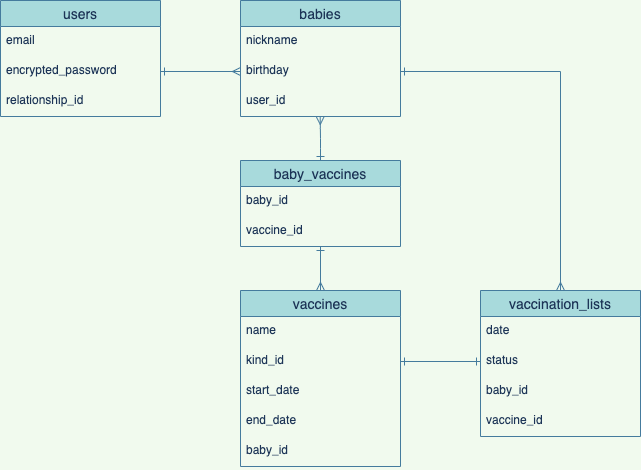
Above: baby_app_erd.png in katao-eng/baby-app (draw.io), before the change. Source tidied: cells renumbered, new cells last; positions are measured from the earlier drawing's top-left corner, leaving out a move shared by most shapes.
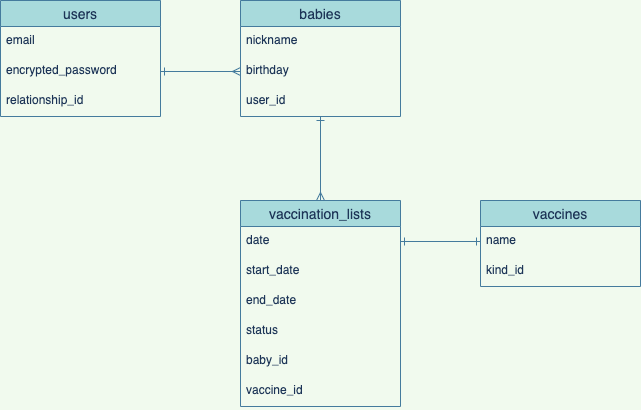
After the change.

The edit, as a diff of the source:
```diff
@@ -27,25 +27,28 @@
       <mxGeometry y="86" width="160" height="30" as="geometry" />
     </mxCell>
     <mxCell id="10" value="vaccination_lists" style="swimlane;fontStyle=0;horizontal=1;startSize=26;align=center;fontSize=14;fillColor=#A8DADC;strokeColor=#457B9D;fontColor=#1D3557;" parent="1" vertex="1">
-      <mxGeometry x="480" y="290" width="160" height="146" as="geometry" />
+      <mxGeometry x="240" y="200" width="160" height="206" as="geometry" />
     </mxCell>
     <mxCell id="11" value="date" style="text;strokeColor=none;fillColor=none;spacingLeft=4;spacingRight=4;overflow=hidden;points=[[0,0.5],[1,0.5]];portConstraint=eastwest;fontSize=12;fontColor=#1D3557;" parent="10" vertex="1">
       <mxGeometry y="26" width="160" height="30" as="geometry" />
     </mxCell>
+    <mxCell id="19" value="start_date" style="text;strokeColor=none;fillColor=none;spacingLeft=4;spacingRight=4;overflow=hidden;fontSize=12;fontColor=#1D3557;" parent="10" vertex="1">
+      <mxGeometry y="56" width="160" height="30" as="geometry" />
+    </mxCell>
+    <mxCell id="20" value="end_date" style="text;strokeColor=none;fillColor=none;spacingLeft=4;spacingRight=4;overflow=hidden;fontSize=12;fontColor=#1D3557;" parent="10" vertex="1">
+      <mxGeometry y="86" width="160" height="30" as="geometry" />
+    </mxCell>
     <mxCell id="12" value="status" style="text;strokeColor=none;fillColor=none;spacingLeft=4;spacingRight=4;overflow=hidden;points=[[0,0.5],[1,0.5]];portConstraint=eastwest;fontSize=12;fontColor=#1D3557;" parent="10" vertex="1">
-      <mxGeometry y="56" width="160" height="30" as="geometry" />
+      <mxGeometry y="116" width="160" height="30" as="geometry" />
     </mxCell>
     <mxCell id="13" value="baby_id" style="text;strokeColor=none;fillColor=none;spacingLeft=4;spacingRight=4;overflow=hidden;fontSize=12;fontColor=#1D3557;" parent="10" vertex="1">
-      <mxGeometry y="86" width="160" height="30" as="geometry" />
+      <mxGeometry y="146" width="160" height="30" as="geometry" />
     </mxCell>
     <mxCell id="14" value="vaccine_id" style="text;strokeColor=none;fillColor=none;spacingLeft=4;spacingRight=4;overflow=hidden;fontSize=12;fontColor=#1D3557;" parent="10" vertex="1">
-      <mxGeometry y="116" width="160" height="30" as="geometry" />
+      <mxGeometry y="176" width="160" height="30" as="geometry" />
     </mxCell>
-    <mxCell id="15" style="edgeStyle=orthogonalEdgeStyle;curved=0;rounded=1;sketch=0;jettySize=auto;html=1;fontColor=#1D3557;strokeColor=#457B9D;fillColor=#A8DADC;startArrow=ERmany;startFill=0;endArrow=ERone;endFill=0;" parent="1" edge="1" source="16" target="26">
-      <mxGeometry relative="1" as="geometry" />
-    </mxCell>
     <mxCell id="16" value="vaccines" style="swimlane;fontStyle=0;horizontal=1;startSize=26;align=center;fontSize=14;fillColor=#A8DADC;strokeColor=#457B9D;fontColor=#1D3557;" parent="1" vertex="1">
-      <mxGeometry x="240" y="290" width="160" height="176" as="geometry" />
+      <mxGeometry x="480" y="200" width="160" height="86" as="geometry" />
     </mxCell>
     <mxCell id="17" value="name" style="text;strokeColor=none;fillColor=none;spacingLeft=4;spacingRight=4;overflow=hidden;points=[[0,0.5],[1,0.5]];portConstraint=eastwest;fontSize=12;fontColor=#1D3557;" parent="16" vertex="1">
       <mxGeometry y="26" width="160" height="30" as="geometry" />
@@ -53,35 +56,14 @@
     <mxCell id="18" value="kind_id" style="text;strokeColor=none;fillColor=none;spacingLeft=4;spacingRight=4;overflow=hidden;points=[[0,0.5],[1,0.5]];portConstraint=eastwest;fontSize=12;fontColor=#1D3557;" parent="16" vertex="1">
       <mxGeometry y="56" width="160" height="30" as="geometry" />
     </mxCell>
-    <mxCell id="19" value="start_date" style="text;strokeColor=none;fillColor=none;spacingLeft=4;spacingRight=4;overflow=hidden;fontSize=12;fontColor=#1D3557;" parent="16" vertex="1">
-      <mxGeometry y="86" width="160" height="30" as="geometry" />
-    </mxCell>
-    <mxCell id="20" value="end_date" style="text;strokeColor=none;fillColor=none;spacingLeft=4;spacingRight=4;overflow=hidden;fontSize=12;fontColor=#1D3557;" parent="16" vertex="1">
-      <mxGeometry y="116" width="160" height="30" as="geometry" />
-    </mxCell>
-    <mxCell id="21" value="baby_id" style="text;strokeColor=none;fillColor=none;spacingLeft=4;spacingRight=4;overflow=hidden;fontSize=12;fontColor=#1D3557;" parent="16" vertex="1">
-      <mxGeometry y="146" width="160" height="30" as="geometry" />
-    </mxCell>
     <mxCell id="22" style="edgeStyle=orthogonalEdgeStyle;rounded=0;jettySize=auto;html=1;exitX=1;exitY=0.5;exitDx=0;exitDy=0;entryX=0;entryY=0.5;entryDx=0;entryDy=0;startArrow=ERone;startFill=0;endArrow=ERmany;endFill=0;labelBackgroundColor=#F1FAEE;strokeColor=#457B9D;fontColor=#1D3557;" parent="1" edge="1" source="4" target="8">
       <mxGeometry relative="1" as="geometry" />
     </mxCell>
-    <mxCell id="23" style="edgeStyle=orthogonalEdgeStyle;rounded=0;jettySize=auto;html=1;exitX=1;exitY=0.5;exitDx=0;exitDy=0;entryX=0.5;entryY=0;entryDx=0;entryDy=0;startArrow=ERone;startFill=0;endArrow=ERmany;endFill=0;labelBackgroundColor=#F1FAEE;strokeColor=#457B9D;fontColor=#1D3557;" parent="1" edge="1" source="8" target="10">
+    <mxCell id="23" style="edgeStyle=orthogonalEdgeStyle;rounded=0;jettySize=auto;html=1;entryX=0.5;entryY=0;entryDx=0;entryDy=0;startArrow=ERone;startFill=0;endArrow=ERmany;endFill=0;labelBackgroundColor=#F1FAEE;strokeColor=#457B9D;fontColor=#1D3557;exitX=0.5;exitY=1;exitDx=0;exitDy=0;" parent="1" edge="1" source="6" target="10">
       <mxGeometry relative="1" as="geometry" />
     </mxCell>
-    <mxCell id="24" style="edgeStyle=orthogonalEdgeStyle;rounded=0;jettySize=auto;html=1;exitX=1;exitY=0.5;exitDx=0;exitDy=0;startArrow=ERone;startFill=0;endArrow=ERone;endFill=0;entryX=0;entryY=0.5;entryDx=0;entryDy=0;labelBackgroundColor=#F1FAEE;strokeColor=#457B9D;fontColor=#1D3557;" parent="1" edge="1" source="18" target="12">
+    <mxCell id="24" style="edgeStyle=orthogonalEdgeStyle;rounded=0;jettySize=auto;html=1;exitX=0;exitY=0.5;exitDx=0;exitDy=0;startArrow=ERone;startFill=0;endArrow=ERone;endFill=0;labelBackgroundColor=#F1FAEE;strokeColor=#457B9D;fontColor=#1D3557;" parent="1" edge="1" source="17" target="11">
       <mxGeometry relative="1" as="geometry" />
     </mxCell>
-    <mxCell id="25" style="edgeStyle=orthogonalEdgeStyle;curved=0;rounded=1;sketch=0;jettySize=auto;html=1;exitX=0.5;exitY=0;exitDx=0;exitDy=0;entryX=0.498;entryY=1;entryDx=0;entryDy=0;entryPerimeter=0;fontColor=#1D3557;startArrow=ERone;startFill=0;endArrow=ERmany;endFill=0;strokeColor=#457B9D;fillColor=#A8DADC;" parent="1" edge="1" source="26" target="9">
-      <mxGeometry relative="1" as="geometry" />
-    </mxCell>
-    <mxCell id="26" value="baby_vaccines" style="swimlane;fontStyle=0;horizontal=1;startSize=26;align=center;fontSize=14;fillColor=#A8DADC;strokeColor=#457B9D;fontColor=#1D3557;" parent="1" vertex="1">
-      <mxGeometry x="240" y="160" width="160" height="86" as="geometry" />
-    </mxCell>
-    <mxCell id="27" value="baby_id" style="text;strokeColor=none;fillColor=none;spacingLeft=4;spacingRight=4;overflow=hidden;fontSize=12;fontColor=#1D3557;" parent="26" vertex="1">
-      <mxGeometry y="26" width="160" height="30" as="geometry" />
-    </mxCell>
-    <mxCell id="28" value="vaccine_id" style="text;strokeColor=none;fillColor=none;spacingLeft=4;spacingRight=4;overflow=hidden;fontSize=12;fontColor=#1D3557;" parent="26" vertex="1">
-      <mxGeometry y="56" width="160" height="30" as="geometry" />
-    </mxCell>
   </root>
 </mxGraphModel>
```
